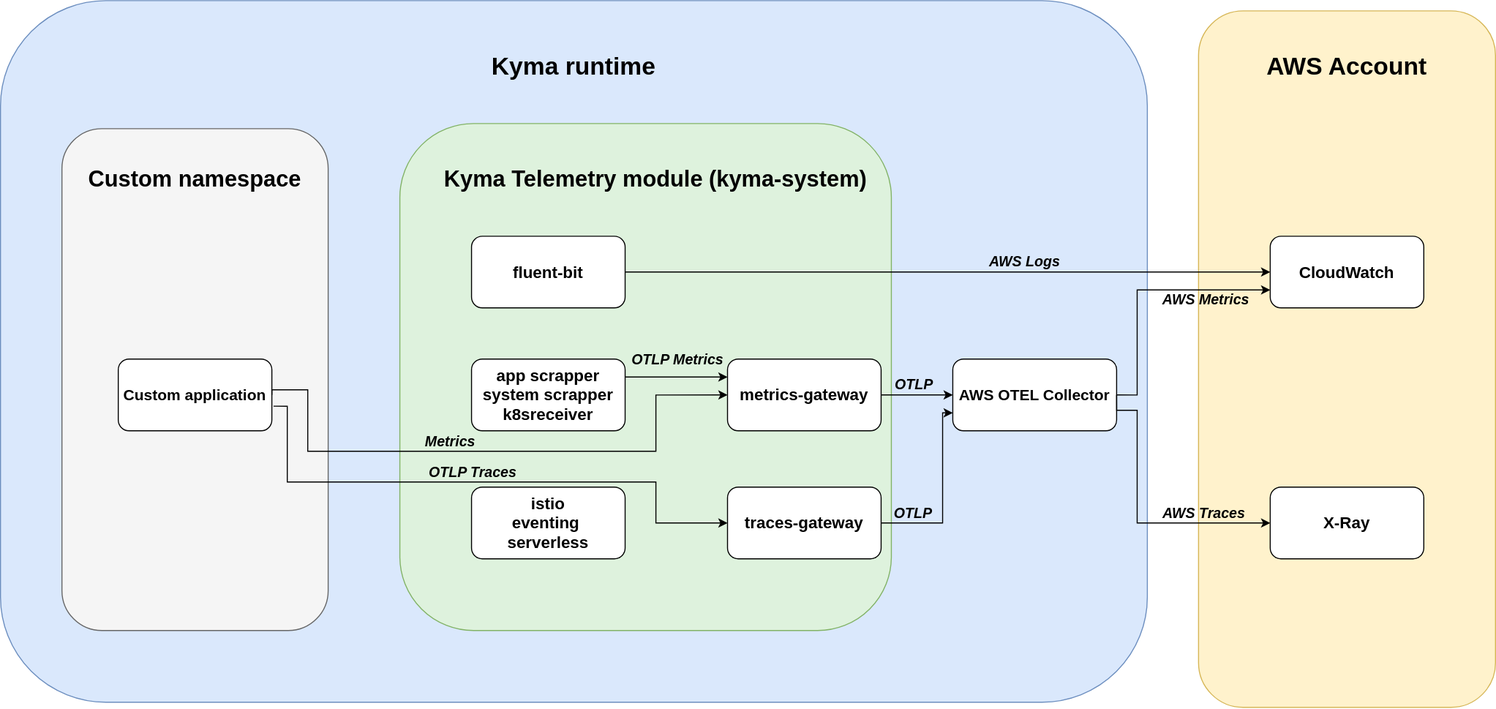
This is docs/user/assets/cloudwatch-integration-diagram.svg from kyma-project/telemetry-manager, a draw.io export, as it was before one commit. Source tidied: cells renumbered, new cells last; positions are measured from the earlier drawing's top-left corner, leaving out a move shared by most shapes.
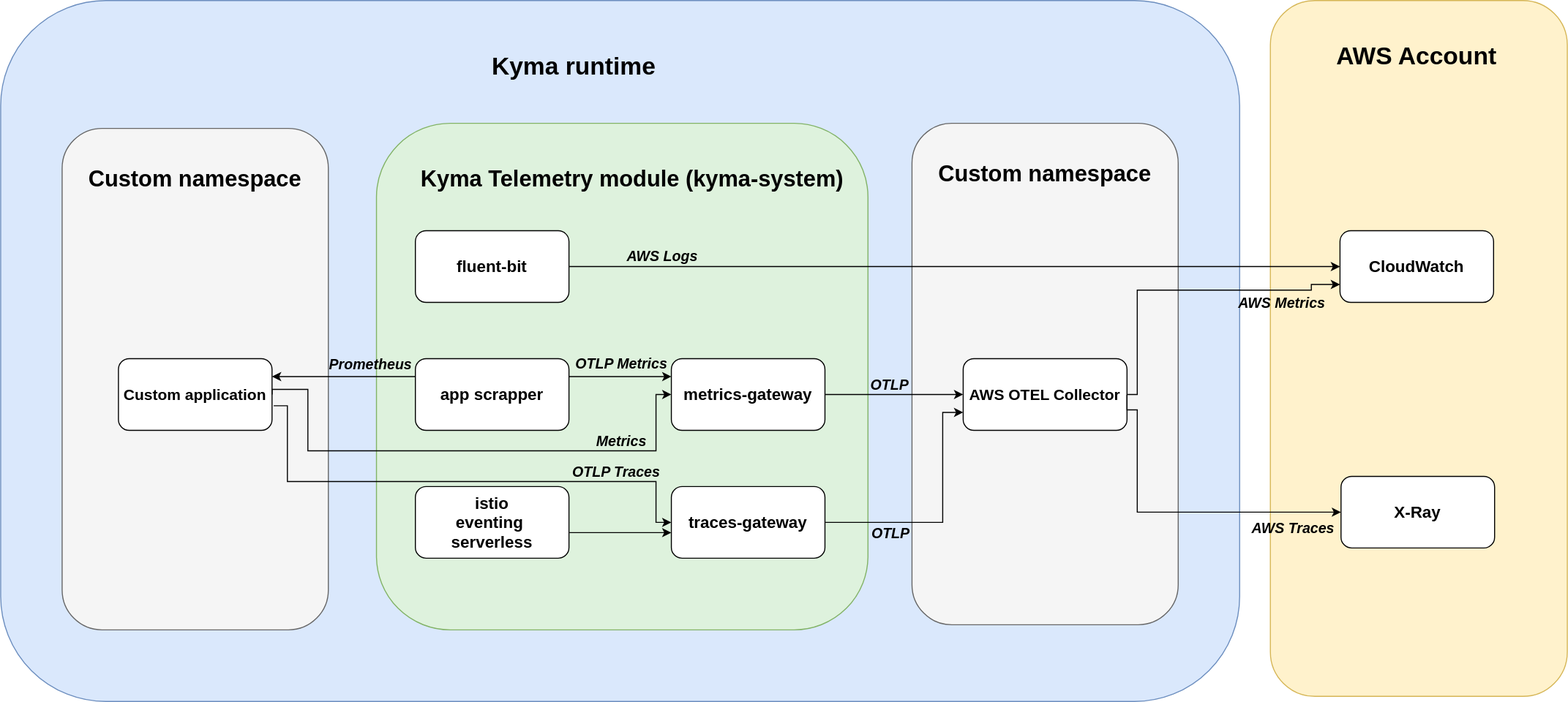
The same file after the commit.

Commit message:
Inlined secret, added namespace, changed diagram

Diff of the diagram source:
```diff
@@ -3,28 +3,54 @@
     <mxCell id="0" />
     <mxCell id="1" parent="0" />
     <mxCell id="2" style="rounded=1;whiteSpace=wrap;html=1;fillColor=#dae8fc;strokeColor=#6c8ebf;" parent="1" vertex="1">
-      <mxGeometry width="1120" height="685" as="geometry" />
+      <mxGeometry width="1210" height="685" as="geometry" />
     </mxCell>
+    <mxCell id="35" style="rounded=1;whiteSpace=wrap;html=1;fillColor=#f5f5f5;fontColor=#333333;strokeColor=#666666;" parent="1" vertex="1">
+      <mxGeometry x="890" y="120" width="260" height="490" as="geometry" />
+    </mxCell>
+    <mxCell id="36" value="Custom namespace" style="text;html=1;strokeColor=none;fillColor=none;align=center;verticalAlign=middle;whiteSpace=wrap;rounded=0;fontStyle=1;fontSize=22;" parent="1" vertex="1">
+      <mxGeometry x="900" y="155" width="240" height="30" as="geometry" />
+    </mxCell>
     <mxCell id="3" style="rounded=1;whiteSpace=wrap;html=1;fillColor=#f5f5f5;fontColor=#333333;strokeColor=#666666;" parent="1" vertex="1">
       <mxGeometry x="60" y="125" width="260" height="490" as="geometry" />
     </mxCell>
     <mxCell id="4" style="rounded=1;whiteSpace=wrap;html=1;fillColor=#DEF2DD;strokeColor=#82b366;" parent="1" vertex="1">
-      <mxGeometry x="390" y="120" width="480" height="495" as="geometry" />
+      <mxGeometry x="367" y="120" width="480" height="495" as="geometry" />
     </mxCell>
+    <mxCell id="37" style="edgeStyle=orthogonalEdgeStyle;rounded=0;jettySize=auto;html=1;entryX=1;entryY=0.25;entryDx=0;entryDy=0;" parent="1" edge="1" source="5" target="18">
+      <mxGeometry relative="1" as="geometry">
+        <Array as="points">
+          <mxPoint x="335" y="368" />
+        </Array>
+      </mxGeometry>
+    </mxCell>
+    <mxCell id="38" value="&lt;font style=&quot;font-size: 14px;&quot;&gt;Prometheus&lt;/font&gt;" style="edgeLabel;html=1;align=center;verticalAlign=middle;labelBackgroundColor=none;fontStyle=3;" parent="37" vertex="1">
+      <mxGeometry x="-0.17" relative="1" as="geometry">
+        <mxPoint x="13" y="-12" as="offset" />
+      </mxGeometry>
+    </mxCell>
-    <mxCell id="5" value="app scrapper&lt;br&gt;system scrapper&lt;br&gt;k8sreceiver" style="rounded=1;whiteSpace=wrap;html=1;fontSize=16;fontStyle=1;" parent="1" vertex="1">
-      <mxGeometry x="460" y="350" width="150" height="70" as="geometry" />
+    <mxCell id="5" value="app scrapper" style="rounded=1;whiteSpace=wrap;html=1;fontSize=16;fontStyle=1;" parent="1" vertex="1">
+      <mxGeometry x="405" y="350" width="150" height="70" as="geometry" />
     </mxCell>
+    <mxCell id="39" style="edgeStyle=orthogonalEdgeStyle;rounded=0;jettySize=auto;html=1;" parent="1" edge="1" source="6" target="7">
+      <mxGeometry relative="1" as="geometry">
+        <Array as="points">
+          <mxPoint x="600" y="520" />
+          <mxPoint x="600" y="520" />
+        </Array>
+      </mxGeometry>
+    </mxCell>
     <mxCell id="6" value="istio&lt;br&gt;eventing&amp;nbsp;&lt;br&gt;serverless" style="rounded=1;whiteSpace=wrap;html=1;fontSize=16;fontStyle=1;" parent="1" vertex="1">
-      <mxGeometry x="460" y="475" width="150" height="70" as="geometry" />
+      <mxGeometry x="405" y="475" width="150" height="70" as="geometry" />
     </mxCell>
     <mxCell id="7" value="traces-gateway" style="rounded=1;whiteSpace=wrap;html=1;fontSize=16;fontStyle=1;" parent="1" vertex="1">
-      <mxGeometry x="710" y="475" width="150" height="70" as="geometry" />
+      <mxGeometry x="655" y="475" width="150" height="70" as="geometry" />
     </mxCell>
     <mxCell id="8" style="rounded=1;whiteSpace=wrap;html=1;fillColor=#fff2cc;strokeColor=#d6b656;" parent="1" vertex="1">
-      <mxGeometry x="1170" y="10" width="290" height="680" as="geometry" />
+      <mxGeometry x="1240" width="290" height="680" as="geometry" />
     </mxCell>
     <mxCell id="9" value="AWS Account" style="text;html=1;strokeColor=none;fillColor=none;align=center;verticalAlign=middle;whiteSpace=wrap;rounded=0;fontStyle=1;fontSize=24;" parent="1" vertex="1">
-      <mxGeometry x="1230" y="50" width="170" height="30" as="geometry" />
+      <mxGeometry x="1298" y="40" width="170" height="30" as="geometry" />
     </mxCell>
     <mxCell id="10" value="Kyma runtime" style="text;html=1;strokeColor=none;fillColor=none;align=center;verticalAlign=middle;whiteSpace=wrap;rounded=0;fontStyle=1;fontSize=24;" parent="1" vertex="1">
       <mxGeometry x="475" y="50" width="170" height="30" as="geometry" />
@@ -33,22 +59,22 @@
       <mxGeometry x="70" y="160" width="240" height="30" as="geometry" />
     </mxCell>
     <mxCell id="12" value="Kyma Telemetry module (kyma-system)" style="text;html=1;strokeColor=none;fillColor=none;align=center;verticalAlign=middle;whiteSpace=wrap;rounded=0;fontStyle=1;fontSize=22;" parent="1" vertex="1">
-      <mxGeometry x="410" y="160" width="460" height="30" as="geometry" />
+      <mxGeometry x="387" y="160" width="460" height="30" as="geometry" />
     </mxCell>
     <mxCell id="13" value="metrics-gateway" style="rounded=1;whiteSpace=wrap;html=1;fontSize=16;fontStyle=1;" parent="1" vertex="1">
-      <mxGeometry x="710" y="350" width="150" height="70" as="geometry" />
+      <mxGeometry x="655" y="350" width="150" height="70" as="geometry" />
     </mxCell>
     <mxCell id="14" value="fluent-bit" style="rounded=1;whiteSpace=wrap;html=1;fontSize=16;fontStyle=1;" parent="1" vertex="1">
-      <mxGeometry x="460" y="230" width="150" height="70" as="geometry" />
+      <mxGeometry x="405" y="225" width="150" height="70" as="geometry" />
     </mxCell>
     <mxCell id="15" value="AWS OTEL Collector" style="rounded=1;whiteSpace=wrap;html=1;fontSize=15;fontStyle=1;" parent="1" vertex="1">
-      <mxGeometry x="930" y="350" width="160" height="70" as="geometry" />
+      <mxGeometry x="940" y="350" width="160" height="70" as="geometry" />
     </mxCell>
     <mxCell id="16" value="CloudWatch" style="rounded=1;whiteSpace=wrap;html=1;fontSize=16;fontStyle=1;" parent="1" vertex="1">
-      <mxGeometry x="1240" y="230" width="150" height="70" as="geometry" />
+      <mxGeometry x="1308" y="225" width="150" height="70" as="geometry" />
     </mxCell>
     <mxCell id="17" value="X-Ray" style="rounded=1;whiteSpace=wrap;html=1;fontSize=16;fontStyle=1;" parent="1" vertex="1">
-      <mxGeometry x="1240" y="475" width="150" height="70" as="geometry" />
+      <mxGeometry x="1309" y="465" width="150" height="70" as="geometry" />
     </mxCell>
     <mxCell id="18" value="Custom application" style="rounded=1;whiteSpace=wrap;html=1;fontSize=15;fontStyle=1;" parent="1" vertex="1">
       <mxGeometry x="115" y="350" width="150" height="70" as="geometry" />
@@ -66,7 +92,7 @@
     </mxCell>
     <mxCell id="20" value="Metrics" style="edgeLabel;html=1;align=center;verticalAlign=middle;labelBackgroundColor=none;fontStyle=3;fontSize=14;" parent="19" vertex="1">
       <mxGeometry x="-0.19" y="3" relative="1" as="geometry">
-        <mxPoint x="10" y="-7" as="offset" />
+        <mxPoint x="199" y="-7" as="offset" />
       </mxGeometry>
     </mxCell>
     <mxCell id="21" style="endArrow=classic;html=1;rounded=0;entryX=0;entryY=0.5;entryDx=0;entryDy=0;edgeStyle=orthogonalEdgeStyle;exitX=1.011;exitY=0.657;exitDx=0;exitDy=0;exitPerimeter=0;" parent="1" edge="1" source="18" target="7">
@@ -81,7 +107,7 @@
     </mxCell>
     <mxCell id="22" value="&lt;b style=&quot;font-size: 14px;&quot;&gt;&lt;i style=&quot;font-size: 14px;&quot;&gt;OTLP Traces&lt;/i&gt;&lt;/b&gt;" style="edgeLabel;html=1;align=center;verticalAlign=middle;fontSize=14;labelBackgroundColor=none;" parent="21" vertex="1">
       <mxGeometry x="-0.07" y="1" relative="1" as="geometry">
-        <mxPoint x="9" y="-9" as="offset" />
+        <mxPoint x="174" y="-9" as="offset" />
       </mxGeometry>
     </mxCell>
     <mxCell id="23" style="endArrow=classic;html=1;rounded=0;exitX=1;exitY=0.5;exitDx=0;exitDy=0;entryX=0;entryY=0.5;entryDx=0;entryDy=0;" parent="1" edge="1" source="14" target="16">
@@ -89,21 +115,21 @@
     </mxCell>
     <mxCell id="24" value="&lt;b&gt;&lt;i&gt;&lt;font style=&quot;font-size: 14px;&quot;&gt;AWS Logs&lt;/font&gt;&lt;/i&gt;&lt;/b&gt;" style="edgeLabel;html=1;align=center;verticalAlign=middle;labelBackgroundColor=none;" parent="23" vertex="1">
       <mxGeometry x="0.23" relative="1" as="geometry">
-        <mxPoint x="4" y="-11" as="offset" />
+        <mxPoint x="-371" y="-11" as="offset" />
       </mxGeometry>
     </mxCell>
     <mxCell id="25" style="endArrow=classic;html=1;rounded=0;entryX=0;entryY=0.5;entryDx=0;entryDy=0;exitX=1;exitY=0.5;exitDx=0;exitDy=0;edgeStyle=orthogonalEdgeStyle;" parent="1" edge="1" source="15" target="17">
       <mxGeometry relative="1" as="geometry">
         <Array as="points">
-          <mxPoint x="1090" y="400" />
+          <mxPoint x="1100" y="400" />
           <mxPoint x="1110" y="400" />
-          <mxPoint x="1110" y="510" />
+          <mxPoint x="1110" y="500" />
         </Array>
       </mxGeometry>
     </mxCell>
     <mxCell id="26" value="AWS Traces" style="edgeLabel;html=1;align=center;verticalAlign=middle;labelBackgroundColor=none;fontStyle=3;fontSize=14;" parent="25" vertex="1">
       <mxGeometry x="-0.1" y="-3" relative="1" as="geometry">
-        <mxPoint x="67" y="12" as="offset" />
+        <mxPoint x="131" y="12" as="offset" />
       </mxGeometry>
     </mxCell>
     <mxCell id="27" style="endArrow=classic;html=1;rounded=0;exitX=1;exitY=0.5;exitDx=0;exitDy=0;entryX=0;entryY=0.75;entryDx=0;entryDy=0;edgeStyle=orthogonalEdgeStyle;" parent="1" edge="1" source="15" target="16">
@@ -111,12 +137,14 @@
         <Array as="points">
           <mxPoint x="1110" y="385" />
           <mxPoint x="1110" y="283" />
+          <mxPoint x="1280" y="283" />
+          <mxPoint x="1280" y="278" />
         </Array>
       </mxGeometry>
     </mxCell>
     <mxCell id="28" value="AWS Metrics" style="edgeLabel;html=1;align=center;verticalAlign=middle;labelBackgroundColor=none;fontStyle=3;fontSize=14;" parent="27" vertex="1">
       <mxGeometry x="0.1" y="-2" relative="1" as="geometry">
-        <mxPoint x="50" y="7" as="offset" />
+        <mxPoint x="78" y="10" as="offset" />
       </mxGeometry>
     </mxCell>
     <mxCell id="29" style="endArrow=classic;html=1;rounded=0;exitX=1;exitY=0.5;exitDx=0;exitDy=0;entryX=0;entryY=0.5;entryDx=0;entryDy=0;fontSize=14;fontStyle=3;labelBackgroundColor=none;" parent="1" edge="1" source="13" target="15">
@@ -124,7 +152,7 @@
     </mxCell>
     <mxCell id="30" value="OTLP" style="edgeLabel;html=1;align=center;verticalAlign=middle;fontStyle=3;labelBackgroundColor=none;fontSize=14;" parent="29" vertex="1">
       <mxGeometry x="0.36" y="-2" relative="1" as="geometry">
-        <mxPoint x="-17" y="-13" as="offset" />
+        <mxPoint x="-30" y="-12" as="offset" />
       </mxGeometry>
     </mxCell>
     <mxCell id="31" style="endArrow=classic;html=1;rounded=0;exitX=1;exitY=0.5;exitDx=0;exitDy=0;entryX=0;entryY=0.75;entryDx=0;entryDy=0;fontStyle=1;edgeStyle=orthogonalEdgeStyle;" parent="1" edge="1" source="7" target="15">
@@ -137,7 +165,7 @@
     </mxCell>
     <mxCell id="32" value="OTLP" style="edgeLabel;html=1;align=center;verticalAlign=middle;labelBackgroundColor=none;fontStyle=3;fontSize=14;" parent="31" vertex="1">
       <mxGeometry x="0.29" relative="1" as="geometry">
-        <mxPoint x="-30" y="44" as="offset" />
+        <mxPoint x="-52" y="51" as="offset" />
       </mxGeometry>
     </mxCell>
     <mxCell id="33" style="endArrow=classic;html=1;rounded=0;exitX=1;exitY=0.25;exitDx=0;exitDy=0;entryX=0;entryY=0.25;entryDx=0;entryDy=0;" parent="1" edge="1" source="5" target="13">
@@ -145,7 +173,7 @@
     </mxCell>
     <mxCell id="34" value="OTLP Metrics" style="edgeLabel;html=1;align=center;verticalAlign=middle;labelBackgroundColor=none;fontSize=14;fontStyle=3;" parent="33" vertex="1">
       <mxGeometry x="-0.45" y="2" relative="1" as="geometry">
-        <mxPoint x="23" y="-15" as="offset" />
+        <mxPoint x="23" y="-11" as="offset" />
       </mxGeometry>
     </mxCell>
   </root>
```
